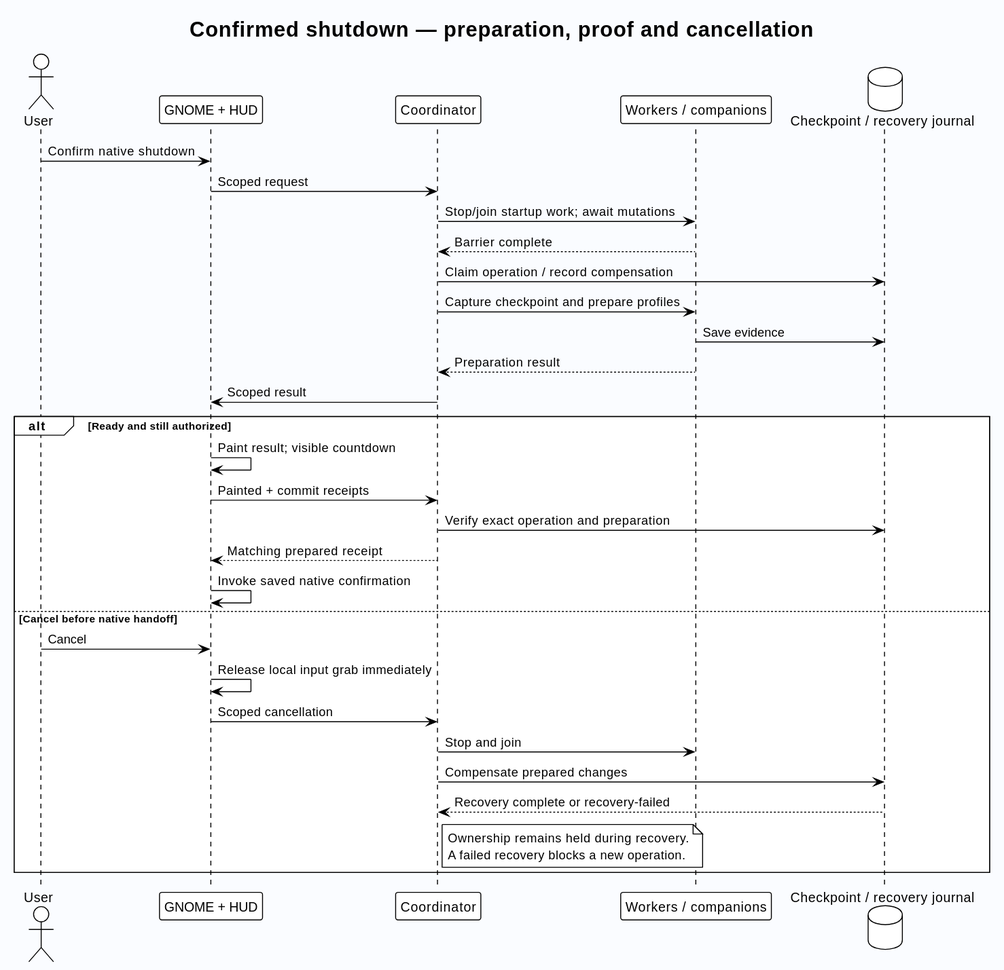
Earlier version of the PlantUML export docs/shutdown-flow.svg (Sage-Cat/workspace-state). Its source is kept beside it as docs/shutdown-flow.puml. Its diagram source:
```plantuml
@startuml
!theme plain
skinparam backgroundColor #FAFCFF
skinparam shadowing false
skinparam defaultFontName SansSerif
title Confirmed shutdown — preparation, proof and cancellation
actor User
participant "GNOME + HUD" as HUD
participant Coordinator
participant "Workers / companions" as Workers
database "Checkpoint / recovery journal" as Journal
User -> HUD : Confirm native shutdown
HUD -> Coordinator : Scoped request
Coordinator -> Workers : Stop/join startup work; await mutations
Workers --> Coordinator : Barrier complete
Coordinator -> Journal : Claim operation / record compensation
Coordinator -> Workers : Capture checkpoint and prepare profiles
Workers -> Journal : Save evidence
Workers --> Coordinator : Preparation result
Coordinator -> HUD : Scoped result
alt Ready and still authorized
 HUD -> HUD : Paint result; visible countdown
 HUD -> Coordinator : Painted + commit receipts
 Coordinator -> Journal : Verify exact operation and preparation
 Coordinator --> HUD : Matching prepared receipt
 HUD -> HUD : Invoke saved native confirmation
else Cancel before native handoff
 User -> HUD : Cancel
 HUD -> HUD : Release local input grab immediately
 HUD -> Coordinator : Scoped cancellation
 Coordinator -> Workers : Stop and join
 Coordinator -> Journal : Compensate prepared changes
 Journal --> Coordinator : Recovery complete or recovery-failed
 note right of Coordinator
 Ownership remains held during recovery.
 A failed recovery blocks a new operation.
 end note
end
@enduml
```
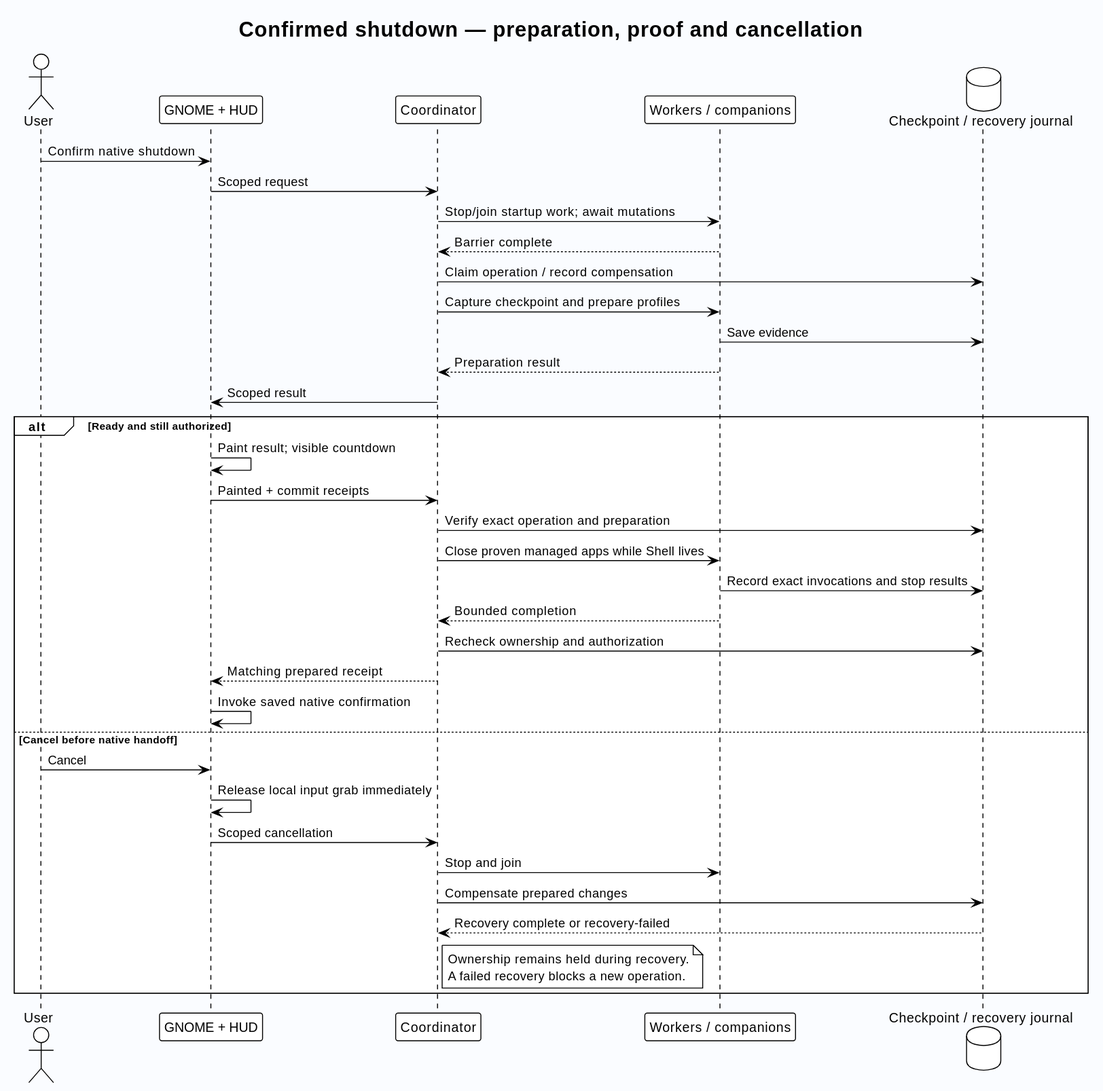
After the change.

Diff of the diagram source:
```diff
@@ -22,6 +22,10 @@
  HUD -> HUD : Paint result; visible countdown
  HUD -> Coordinator : Painted + commit receipts
  Coordinator -> Journal : Verify exact operation and preparation
+ Coordinator -> Workers : Close proven managed apps while Shell lives
+ Workers -> Journal : Record exact invocations and stop results
+ Workers --> Coordinator : Bounded completion
+ Coordinator -> Journal : Recheck ownership and authorization
  Coordinator --> HUD : Matching prepared receipt
  HUD -> HUD : Invoke saved native confirmation
 else Cancel before native handoff
```
